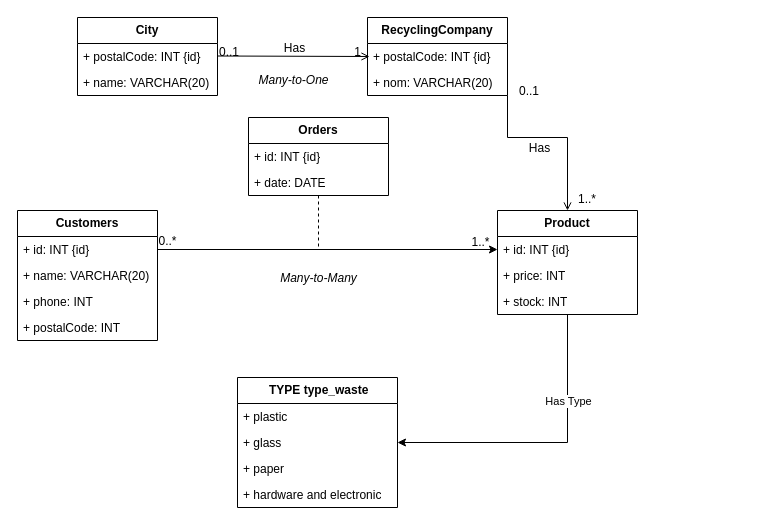
0xtiho/ProjetBDL2 keeps this draw.io diagram as Diagram.drawio. Above is the earlier version. Source tidied: cells renumbered, new cells numbered last; positions are measured from the earlier drawing's top-left corner, leaving out a move shared by most shapes. Both pictures are drawn from the tidied source at 100%, with x=0, y=0 at pixel (17, 17).
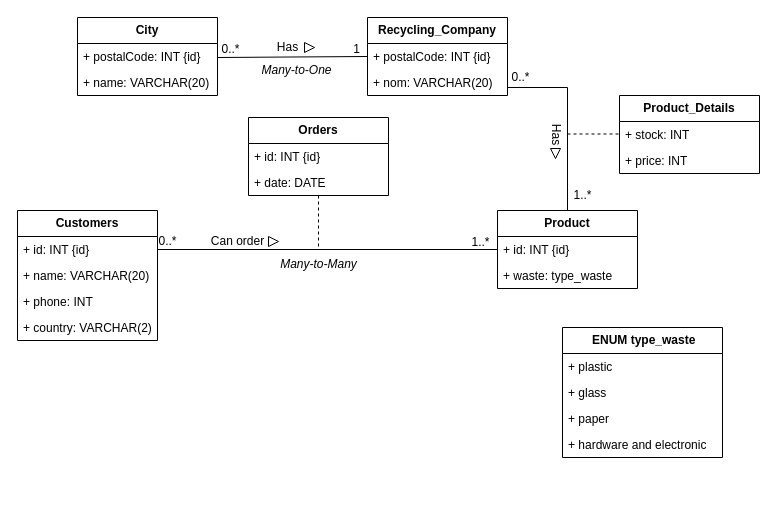
The same diagram, later.

Unchanged cells that the change refers to:
```xml
<mxCell id="5" value="&lt;div&gt;Customers&lt;/div&gt;" style="swimlane;fontStyle=1;horizontal=1;startSize=26;fillColor=none;whiteSpace=wrap;html=1;" parent="1" vertex="1">
  <mxGeometry y="193" width="140" height="130" as="geometry" />
</mxCell>
<mxCell id="6" value="+ id: INT {id} " style="text;strokeColor=none;fillColor=none;align=left;verticalAlign=top;spacingLeft=4;spacingRight=4;overflow=hidden;points=[[0,0.5],[1,0.5]];portConstraint=eastwest;whiteSpace=wrap;html=1;" parent="5" vertex="1">
  <mxGeometry y="26" width="140" height="26" as="geometry" />
</mxCell>
<mxCell id="7" value="+ name: VARCHAR(20)" style="text;strokeColor=none;fillColor=none;align=left;verticalAlign=top;spacingLeft=4;spacingRight=4;overflow=hidden;points=[[0,0.5],[1,0.5]];portConstraint=eastwest;whiteSpace=wrap;html=1;" parent="5" vertex="1">
  <mxGeometry y="52" width="140" height="26" as="geometry" />
</mxCell>
<mxCell id="14" value="&lt;div&gt;+ postalCode: INT {id} &lt;/div&gt;" style="text;strokeColor=none;fillColor=none;align=left;verticalAlign=top;spacingLeft=4;spacingRight=4;overflow=hidden;points=[[0,0.5],[1,0.5]];portConstraint=eastwest;whiteSpace=wrap;html=1;" parent="13" vertex="1">
  <mxGeometry y="26" width="140" height="26" as="geometry" />
</mxCell>
<mxCell id="18" value="+ glass" style="text;strokeColor=none;fillColor=none;align=left;verticalAlign=top;spacingLeft=4;spacingRight=4;overflow=hidden;points=[[0,0.5],[1,0.5]];portConstraint=eastwest;whiteSpace=wrap;html=1;" parent="16" vertex="1">
  <mxGeometry y="52" width="160" height="26" as="geometry" />
</mxCell>
<mxCell id="24" value="+ id: INT {id} " style="text;strokeColor=none;fillColor=none;align=left;verticalAlign=top;spacingLeft=4;spacingRight=4;overflow=hidden;points=[[0,0.5],[1,0.5]];portConstraint=eastwest;whiteSpace=wrap;html=1;" parent="23" vertex="1">
  <mxGeometry y="26" width="140" height="26" as="geometry" />
</mxCell>
```

The edit, as a diff of the source:
```diff
@@
-    <mxCell id="9" value="+ postalCode: INT" style="text;strokeColor=none;fillColor=none;align=left;verticalAlign=top;spacingLeft=4;spacingRight=4;overflow=hidden;whiteSpace=wrap;html=1;" parent="5" vertex="1">
+    <mxCell id="9" value="+ country: VARCHAR(2)" style="text;strokeColor=none;fillColor=none;align=left;verticalAlign=top;spacingLeft=4;spacingRight=4;overflow=hidden;whiteSpace=wrap;html=1;" parent="5" vertex="1">
       <mxGeometry y="104" width="140" height="26" as="geometry" />
     </mxCell>
@@
-    <mxCell id="13" value="&lt;b&gt;RecyclingCompany&lt;/b&gt;" style="swimlane;fontStyle=0;horizontal=1;startSize=26;fillColor=none;whiteSpace=wrap;html=1;" parent="1" vertex="1">
+    <mxCell id="13" value="&lt;b&gt;Recycling_Company&lt;/b&gt;" style="swimlane;fontStyle=0;horizontal=1;startSize=26;fillColor=none;whiteSpace=wrap;html=1;" parent="1" vertex="1">
       <mxGeometry x="350" width="140" height="78" as="geometry" />
     </mxCell>
@@
-    <mxCell id="16" value="&amp;nbsp;TYPE type_waste" style="swimlane;fontStyle=1;horizontal=1;startSize=26;fillColor=none;whiteSpace=wrap;html=1;" parent="1" vertex="1">
-      <mxGeometry x="220" y="360" width="160" height="130" as="geometry" />
+    <mxCell id="16" value="&amp;nbsp;ENUM type_waste" style="swimlane;fontStyle=1;horizontal=1;startSize=26;fillColor=none;whiteSpace=wrap;html=1;" parent="1" vertex="1">
+      <mxGeometry x="545" y="310" width="160" height="130" as="geometry" />
     </mxCell>
@@
-    <mxCell id="21" style="edgeStyle=orthogonalEdgeStyle;rounded=0;jettySize=auto;html=1;exitX=0.5;exitY=1;exitDx=0;exitDy=0;entryX=1;entryY=0.5;entryDx=0;entryDy=0;" parent="1" edge="1" source="23" target="18">
-      <mxGeometry relative="1" as="geometry" />
-    </mxCell>
-    <mxCell id="22" value="Has Type" style="edgeLabel;html=1;align=center;verticalAlign=middle;" parent="21" vertex="1">
-      <mxGeometry x="-0.42" relative="1" as="geometry" />
-    </mxCell>
     <mxCell id="23" value="Product" style="swimlane;fontStyle=1;horizontal=1;startSize=26;fillColor=none;whiteSpace=wrap;html=1;" parent="1" vertex="1">
-      <mxGeometry x="480" y="193" width="140" height="104" as="geometry" />
+      <mxGeometry x="480" y="193" width="140" height="78" as="geometry" />
     </mxCell>
@@
-    <mxCell id="25" value="+ price: INT" style="text;strokeColor=none;fillColor=none;align=left;verticalAlign=top;spacingLeft=4;spacingRight=4;overflow=hidden;whiteSpace=wrap;html=1;" parent="23" vertex="1">
-      <mxGeometry y="52" width="140" height="26" as="geometry" />
-    </mxCell>
-    <mxCell id="26" value="+ stock: INT" style="text;strokeColor=none;fillColor=none;align=left;verticalAlign=top;spacingLeft=4;spacingRight=4;overflow=hidden;whiteSpace=wrap;html=1;" parent="23" vertex="1">
-      <mxGeometry y="78" width="140" height="26" as="geometry" />
-    </mxCell>
-    <mxCell id="27" style="endArrow=open;shadow=0;strokeWidth=1;rounded=0;curved=0;endFill=1;edgeStyle=elbowEdgeStyle;elbow=vertical;entryX=0.014;entryY=0.09;entryDx=0;entryDy=0;entryPerimeter=0;" parent="1" edge="1">
-      <mxGeometry x="0.5" y="41" relative="1" as="geometry">
-        <mxPoint x="200" y="38.5" as="sourcePoint" />
-        <mxPoint x="352" y="38.5" as="targetPoint" />
-        <mxPoint x="-40" y="32" as="offset" />
-      </mxGeometry>
-    </mxCell>
-    <mxCell id="28" value="0..1" style="align=left;verticalAlign=bottom;labelBackgroundColor=none;fontSize=12;" parent="27" vertex="1">
-      <mxGeometry x="-1" relative="1" as="geometry">
-        <mxPoint y="4" as="offset" />
-      </mxGeometry>
-    </mxCell>
-    <mxCell id="29" value="1" style="align=right;verticalAlign=bottom;labelBackgroundColor=none;fontSize=12;" parent="27" vertex="1">
-      <mxGeometry x="1" relative="1" as="geometry">
-        <mxPoint x="-7" y="4" as="offset" />
-      </mxGeometry>
-    </mxCell>
-    <mxCell id="30" value="Has" style="text;html=1;align=center;verticalAlign=middle;labelBackgroundColor=none;rounded=0;shadow=0;strokeWidth=1;fontSize=12;" parent="27" vertex="1">
-      <mxGeometry x="0.5" y="49" relative="1" as="geometry">
-        <mxPoint x="-38" y="40" as="offset" />
-      </mxGeometry>
-    </mxCell>
-    <mxCell id="31" style="endArrow=open;shadow=0;strokeWidth=1;rounded=0;curved=0;endFill=1;edgeStyle=elbowEdgeStyle;elbow=vertical;entryX=0.5;entryY=0;entryDx=0;entryDy=0;exitX=1;exitY=1;exitDx=0;exitDy=0;" parent="1" edge="1" source="13" target="23">
-      <mxGeometry x="0.5" y="41" relative="1" as="geometry">
-        <Array as="points">
-          <mxPoint x="560" y="120" />
-        </Array>
-        <mxPoint x="-40" y="32" as="offset" />
-      </mxGeometry>
-    </mxCell>
-    <mxCell id="32" value="0..1" style="align=left;verticalAlign=bottom;labelBackgroundColor=none;fontSize=12;" parent="31" vertex="1">
-      <mxGeometry x="-1" relative="1" as="geometry">
-        <mxPoint x="10" y="4" as="offset" />
-      </mxGeometry>
-    </mxCell>
-    <mxCell id="33" value="1..*" style="align=right;verticalAlign=bottom;labelBackgroundColor=none;fontSize=12;" parent="31" vertex="1">
-      <mxGeometry x="1" relative="1" as="geometry">
-        <mxPoint x="30" y="-3" as="offset" />
-      </mxGeometry>
-    </mxCell>
-    <mxCell id="34" value="Has" style="text;html=1;align=center;verticalAlign=middle;labelBackgroundColor=none;rounded=0;shadow=0;strokeWidth=1;fontSize=12;" parent="31" vertex="1">
-      <mxGeometry x="0.5" y="49" relative="1" as="geometry">
-        <mxPoint x="-78" y="-19" as="offset" />
-      </mxGeometry>
-    </mxCell>
+    <mxCell id="41" value="+ waste: type_waste" style="text;strokeColor=none;fillColor=none;align=left;verticalAlign=top;spacingLeft=4;spacingRight=4;overflow=hidden;whiteSpace=wrap;html=1;" parent="23" vertex="1">
+      <mxGeometry y="52" width="140" height="26" as="geometry" />
+    </mxCell>
@@
-    <mxCell id="38" style="edgeStyle=orthogonalEdgeStyle;rounded=0;jettySize=auto;html=1;exitX=1;exitY=0.5;exitDx=0;exitDy=0;" parent="1" edge="1" source="7" target="24">
-      <mxGeometry relative="1" as="geometry">
-        <Array as="points">
-          <mxPoint x="140" y="232" />
-        </Array>
-      </mxGeometry>
-    </mxCell>
     <mxCell id="39" value="Many-to-Many" style="text;html=1;align=center;verticalAlign=middle;strokeColor=none;fillColor=none;fontStyle=2;fontFamily=Helvetica;" parent="1" vertex="1">
-      <mxGeometry x="251" y="246" width="100" height="30" as="geometry" />
+      <mxGeometry x="251" y="232" width="100" height="30" as="geometry" />
     </mxCell>
     <mxCell id="40" value="Many-to-One" style="text;html=1;align=center;verticalAlign=middle;strokeColor=none;fillColor=none;fontStyle=2;" parent="1" vertex="1">
-      <mxGeometry x="231" y="48" width="90" height="30" as="geometry" />
+      <mxGeometry x="234" y="38" width="90" height="30" as="geometry" />
     </mxCell>
+    <mxCell id="42" style="endArrow=none;html=1;rounded=0;entryX=0;entryY=0.5;entryDx=0;entryDy=0;" parent="1" edge="1" target="14">
+      <mxGeometry relative="1" as="geometry">
+        <mxPoint x="200" y="40" as="sourcePoint" />
+      </mxGeometry>
+    </mxCell>
+    <mxCell id="43" value="0..*" style="text;html=1;align=center;verticalAlign=middle;strokeColor=none;fillColor=none;" parent="1" vertex="1">
+      <mxGeometry x="193" y="17" width="40" height="30" as="geometry" />
+    </mxCell>
+    <mxCell id="29" value="1" style="text;html=1;align=center;verticalAlign=middle;strokeColor=none;fillColor=none;" parent="1" vertex="1">
+      <mxGeometry x="324" y="17" width="30" height="30" as="geometry" />
+    </mxCell>
+    <mxCell id="44" value="Has" style="text;html=1;align=center;verticalAlign=middle;strokeColor=none;fillColor=none;" parent="1" vertex="1">
+      <mxGeometry x="250" y="15" width="40" height="30" as="geometry" />
+    </mxCell>
+    <mxCell id="45" style="triangle;whiteSpace=wrap;html=1;" parent="1" vertex="1">
+      <mxGeometry x="287" y="25" width="10" height="10" as="geometry" />
+    </mxCell>
+    <mxCell id="46" style="endArrow=none;html=1;rounded=0;entryX=0.5;entryY=0;entryDx=0;entryDy=0;" parent="1" edge="1" target="23">
+      <mxGeometry relative="1" as="geometry">
+        <mxPoint x="490" y="70" as="sourcePoint" />
+        <Array as="points">
+          <mxPoint x="550" y="70" />
+        </Array>
+      </mxGeometry>
+    </mxCell>
+    <mxCell id="47" value="Has" style="text;html=1;align=center;verticalAlign=middle;strokeColor=none;fillColor=none;rotation=90;" parent="1" vertex="1">
+      <mxGeometry x="519" y="102" width="40" height="30" as="geometry" />
+    </mxCell>
+    <mxCell id="48" value="0..*" style="text;html=1;align=center;verticalAlign=middle;strokeColor=none;fillColor=none;" parent="1" vertex="1">
+      <mxGeometry x="483" y="45" width="40" height="30" as="geometry" />
+    </mxCell>
+    <mxCell id="33" value="1..*" style="text;html=1;align=center;verticalAlign=middle;strokeColor=none;fillColor=none;" parent="1" vertex="1">
+      <mxGeometry x="545" y="163" width="40" height="30" as="geometry" />
+    </mxCell>
+    <mxCell id="49" style="triangle;whiteSpace=wrap;html=1;rotation=90;" parent="1" vertex="1">
+      <mxGeometry x="533" y="131" width="10" height="10" as="geometry" />
+    </mxCell>
+    <mxCell id="50" value="Product_Details" style="swimlane;fontStyle=1;horizontal=1;startSize=26;fillColor=none;whiteSpace=wrap;html=1;" parent="1" vertex="1">
+      <mxGeometry x="602" y="78" width="140" height="78" as="geometry" />
+    </mxCell>
+    <mxCell id="26" value="+ stock: INT" style="text;strokeColor=none;fillColor=none;align=left;verticalAlign=top;spacingLeft=4;spacingRight=4;overflow=hidden;whiteSpace=wrap;html=1;" parent="50" vertex="1">
+      <mxGeometry y="26" width="140" height="26" as="geometry" />
+    </mxCell>
+    <mxCell id="25" value="+ price: INT" style="text;strokeColor=none;fillColor=none;align=left;verticalAlign=top;spacingLeft=4;spacingRight=4;overflow=hidden;whiteSpace=wrap;html=1;" parent="50" vertex="1">
+      <mxGeometry y="52" width="140" height="26" as="geometry" />
+    </mxCell>
+    <mxCell id="51" style="line;strokeWidth=1;fillColor=none;align=right;verticalAlign=bottom;spacingTop=-1;spacingLeft=3;spacingRight=3;labelPosition=left;strokeColor=inherit;verticalLabelPosition=top;direction=west;dashed=1;flipV=1;flipH=1;" parent="1" vertex="1">
+      <mxGeometry x="550" y="40" width="52" height="153" as="geometry" />
+    </mxCell>
+    <mxCell id="52" style="endArrow=none;html=1;rounded=0;" parent="1" edge="1" source="6" target="24">
+      <mxGeometry relative="1" as="geometry" />
+    </mxCell>
+    <mxCell id="53" value="Can order" style="text;html=1;align=center;verticalAlign=middle;strokeColor=none;fillColor=none;" parent="1" vertex="1">
+      <mxGeometry x="180" y="209" width="80" height="30" as="geometry" />
+    </mxCell>
+    <mxCell id="54" style="triangle;whiteSpace=wrap;html=1;" parent="1" vertex="1">
+      <mxGeometry x="251" y="219" width="10" height="10" as="geometry" />
+    </mxCell>
```
